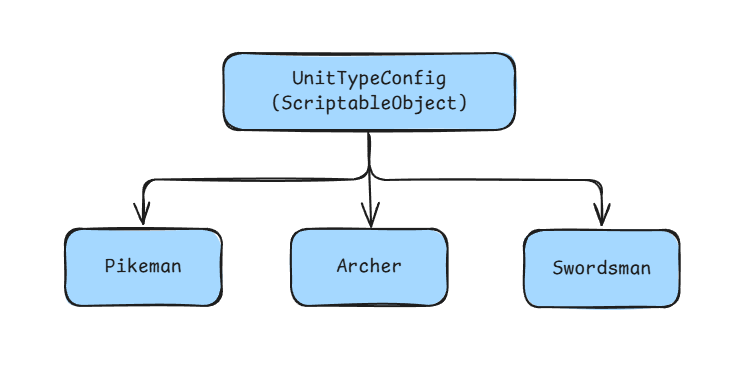
The Excalidraw diagram img/config.png in zhanong/Easy-ScriptableObject-To-ECS-Blob, before a commit. Source tidied: one line per element, renumbered; positions are measured from the earlier drawing's top-left corner, leaving out a move shared by most shapes. Source of this version:
```json
{"id": 0, "type": "rectangle", "strokeColor": "#1e1e1e", "backgroundColor": "#a5d8ff", "fillStyle": "solid", "strokeWidth": 2, "roughness": 1, "round": true, "x": 213, "y": 43, "width": 292, "height": 77}
{"id": 1, "type": "text", "text": "UnitTypeConfig\n(ScriptableObject)", "strokeColor": "#1e1e1e", "strokeWidth": 2, "roughness": 1, "fontSize": 20, "fontFamily": 8, "textAlign": "center", "verticalAlign": "middle", "inside": 0, "x": 260, "y": 57, "width": 198, "height": 50}
{"id": 2, "type": "rectangle", "strokeColor": "#1e1e1e", "backgroundColor": "#a5d8ff", "fillStyle": "solid", "strokeWidth": 2, "roughness": 1, "round": true, "x": 55, "y": 219, "width": 157, "height": 77}
{"id": 3, "type": "text", "text": "Pikeman", "strokeColor": "#1e1e1e", "strokeWidth": 2, "roughness": 1, "fontSize": 20, "fontFamily": 8, "textAlign": "center", "verticalAlign": "middle", "inside": 2, "x": 95, "y": 245, "width": 77, "height": 25}
{"id": 4, "type": "rectangle", "strokeColor": "#1e1e1e", "backgroundColor": "#a5d8ff", "fillStyle": "solid", "strokeWidth": 2, "roughness": 1, "round": true, "x": 281, "y": 219, "width": 157, "height": 77}
{"id": 5, "type": "text", "text": "Archer", "strokeColor": "#1e1e1e", "strokeWidth": 2, "roughness": 1, "fontSize": 20, "fontFamily": 8, "textAlign": "center", "verticalAlign": "middle", "inside": 4, "x": 326, "y": 245, "width": 66, "height": 25}
{"id": 6, "type": "rectangle", "strokeColor": "#1e1e1e", "backgroundColor": "#a5d8ff", "fillStyle": "solid", "strokeWidth": 2, "roughness": 1, "round": true, "x": 514, "y": 220, "width": 156, "height": 77}
{"id": 7, "type": "text", "text": "Swordsman", "strokeColor": "#1e1e1e", "strokeWidth": 2, "roughness": 1, "fontSize": 20, "fontFamily": 8, "textAlign": "center", "verticalAlign": "middle", "inside": 6, "x": 542, "y": 246, "width": 99, "height": 25}
{"id": 8, "type": "arrow", "strokeColor": "#1e1e1e", "backgroundColor": "#a5d8ff", "fillStyle": "solid", "strokeWidth": 2, "roughness": 1, "endArrowhead": "arrow", "from": 0, "to": 2, "x": 359, "y": 125, "width": 226, "height": 89, "points": [[0, 0], [0, 44], [-226, 44], [-226, 89]]}
{"id": 9, "type": "arrow", "strokeColor": "#1e1e1e", "backgroundColor": "#a5d8ff", "fillStyle": "solid", "strokeWidth": 2, "roughness": 1, "endArrowhead": "arrow", "from": 0, "to": 4, "x": 358, "y": 120, "width": 3, "height": 96, "points": [[0, 0], [3, 96]]}
{"id": 10, "type": "arrow", "strokeColor": "#1e1e1e", "backgroundColor": "#a5d8ff", "fillStyle": "solid", "strokeWidth": 2, "roughness": 1, "endArrowhead": "arrow", "from": 0, "to": 6, "x": 359, "y": 125, "width": 232, "height": 90, "points": [[0, 0], [0, 45], [232, 45], [232, 90]]}
{"id": 11, "type": "rectangle", "strokeColor": "transparent", "strokeWidth": 2, "roughness": 1, "round": true, "x": 0, "y": 0, "width": 722, "height": 349}
```
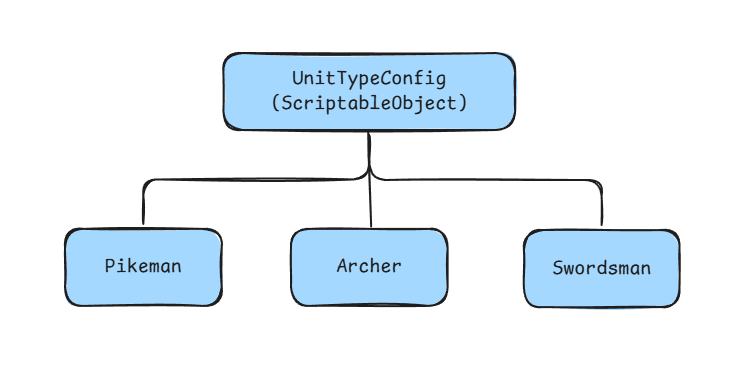
After the commit.

What changed in the source:
```diff
@@ -6,7 +6,7 @@
 {"id": 5, "type": "text", "text": "Archer", "strokeColor": "#1e1e1e", "strokeWidth": 2, "roughness": 1, "fontSize": 20, "fontFamily": 8, "textAlign": "center", "verticalAlign": "middle", "inside": 4, "x": 326, "y": 245, "width": 66, "height": 25}
 {"id": 6, "type": "rectangle", "strokeColor": "#1e1e1e", "backgroundColor": "#a5d8ff", "fillStyle": "solid", "strokeWidth": 2, "roughness": 1, "round": true, "x": 514, "y": 220, "width": 156, "height": 77}
 {"id": 7, "type": "text", "text": "Swordsman", "strokeColor": "#1e1e1e", "strokeWidth": 2, "roughness": 1, "fontSize": 20, "fontFamily": 8, "textAlign": "center", "verticalAlign": "middle", "inside": 6, "x": 542, "y": 246, "width": 99, "height": 25}
-{"id": 8, "type": "arrow", "strokeColor": "#1e1e1e", "backgroundColor": "#a5d8ff", "fillStyle": "solid", "strokeWidth": 2, "roughness": 1, "endArrowhead": "arrow", "from": 0, "to": 2, "x": 359, "y": 125, "width": 226, "height": 89, "points": [[0, 0], [0, 44], [-226, 44], [-226, 89]]}
+{"id": 8, "type": "arrow", "strokeColor": "#1e1e1e", "backgroundColor": "#a5d8ff", "fillStyle": "solid", "strokeWidth": 2, "roughness": 1, "from": 0, "to": 2, "x": 359, "y": 125, "width": 226, "height": 89, "points": [[0, 0], [0, 44], [-226, 44], [-226, 89]]}
-{"id": 9, "type": "arrow", "strokeColor": "#1e1e1e", "backgroundColor": "#a5d8ff", "fillStyle": "solid", "strokeWidth": 2, "roughness": 1, "endArrowhead": "arrow", "from": 0, "to": 4, "x": 358, "y": 120, "width": 3, "height": 96, "points": [[0, 0], [3, 96]]}
+{"id": 9, "type": "arrow", "strokeColor": "#1e1e1e", "backgroundColor": "#a5d8ff", "fillStyle": "solid", "strokeWidth": 2, "roughness": 1, "from": 0, "to": 4, "x": 358, "y": 120, "width": 3, "height": 96, "points": [[0, 0], [3, 96]]}
-{"id": 10, "type": "arrow", "strokeColor": "#1e1e1e", "backgroundColor": "#a5d8ff", "fillStyle": "solid", "strokeWidth": 2, "roughness": 1, "endArrowhead": "arrow", "from": 0, "to": 6, "x": 359, "y": 125, "width": 232, "height": 90, "points": [[0, 0], [0, 45], [232, 45], [232, 90]]}
+{"id": 10, "type": "arrow", "strokeColor": "#1e1e1e", "backgroundColor": "#a5d8ff", "fillStyle": "solid", "strokeWidth": 2, "roughness": 1, "from": 0, "to": 6, "x": 359, "y": 125, "width": 232, "height": 90, "points": [[0, 0], [0, 45], [232, 45], [232, 90]]}
 {"id": 11, "type": "rectangle", "strokeColor": "transparent", "strokeWidth": 2, "roughness": 1, "round": true, "x": 0, "y": 0, "width": 722, "height": 349}
```
